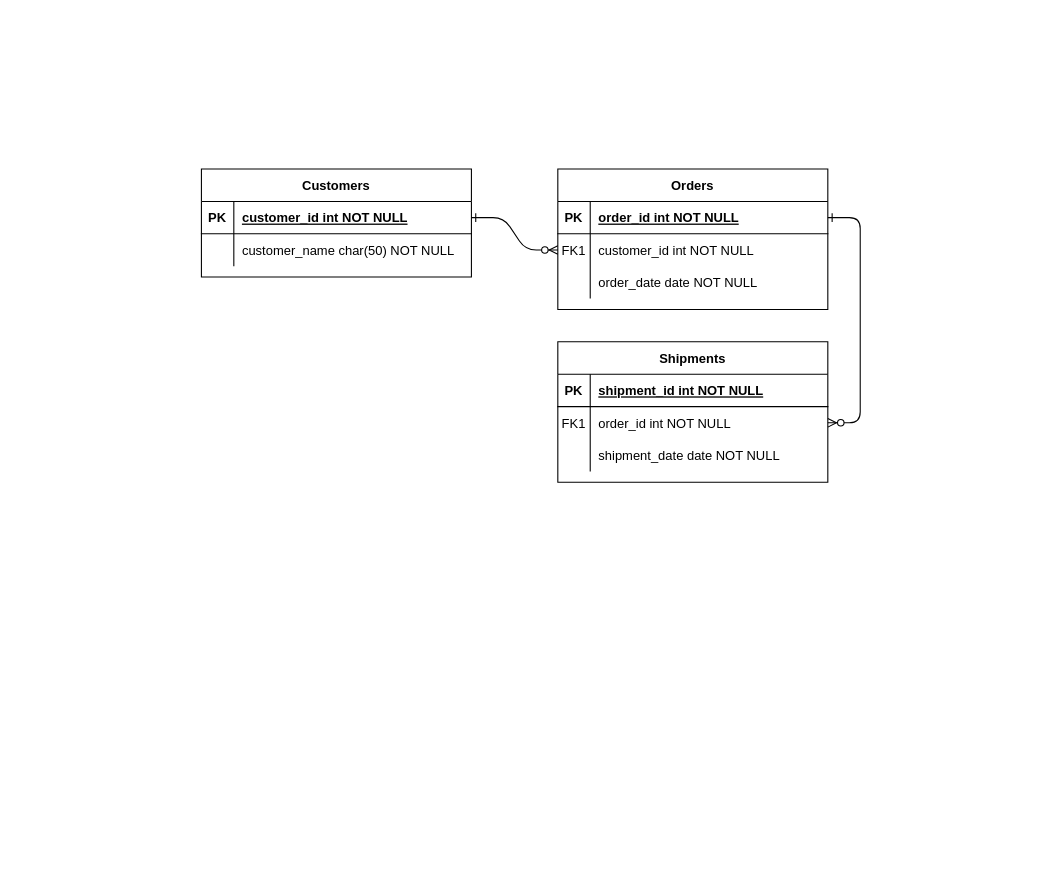
The draw.io diagram Untitled Diagram.drawio in JavidanAbdullayev/1D-and-2D-Convolution-in-CUDA, before the edit. Source tidied: cells renumbered, new cells numbered last; positions are measured from the earlier drawing's top-left corner, leaving out a move shared by most shapes. Both pictures are drawn from the tidied source at 108%, with x=0, y=0 at pixel (201, 168).
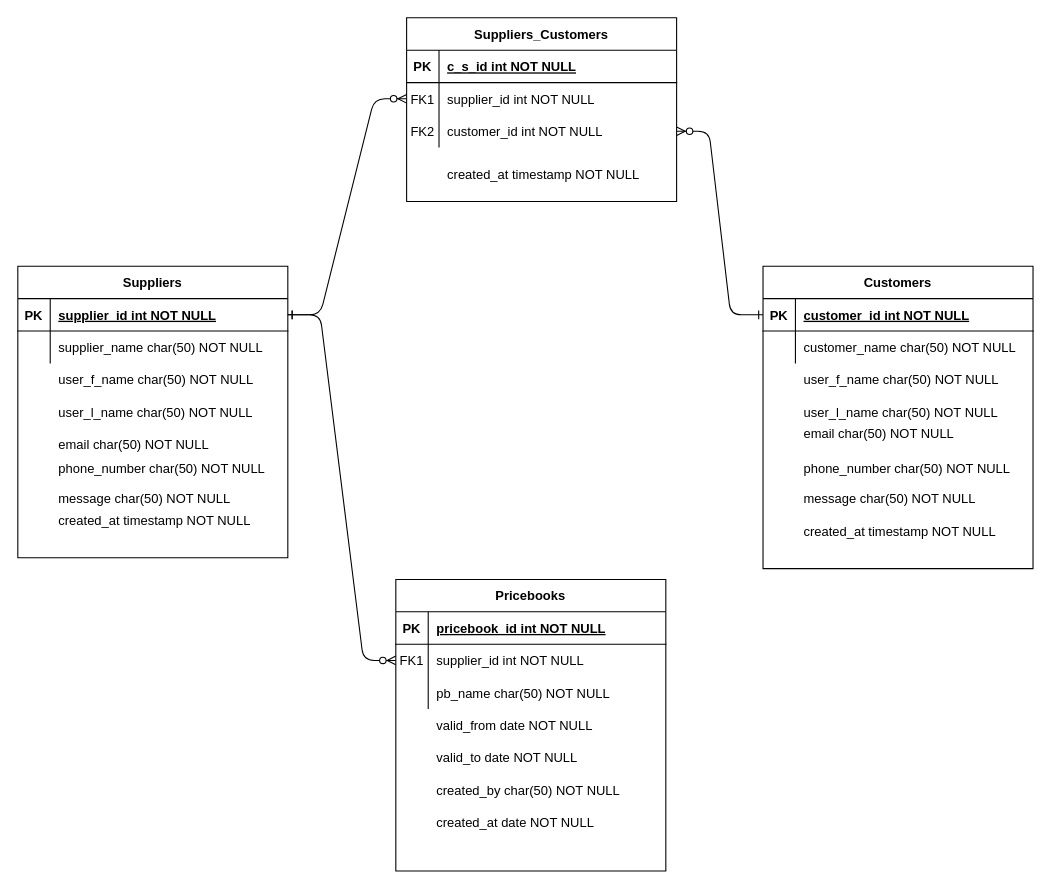
After the change.

Unchanged cells that the change refers to:
```xml
<mxCell id="5" style="shape=partialRectangle;fillColor=none;points=[[0,0.5],[1,0.5]];portConstraint=eastwest;top=0;left=0;right=0;bottom=1;" parent="4" vertex="1">
  <mxGeometry y="30" width="250" height="30" as="geometry" />
</mxCell>
<mxCell id="8" style="shape=partialRectangle;fillColor=none;points=[[0,0.5],[1,0.5]];portConstraint=eastwest;top=0;left=0;right=0;bottom=0;" parent="4" vertex="1">
  <mxGeometry y="60" width="250" height="30" as="geometry" />
</mxCell>
<mxCell id="11" style="shape=partialRectangle;fillColor=none;top=0;left=0;right=0;bottom=0;" parent="4" vertex="1">
  <mxGeometry y="90" width="250" height="30" as="geometry" />
</mxCell>
<mxCell id="15" style="shape=partialRectangle;fillColor=none;top=0;left=0;right=0;bottom=1;" parent="14" vertex="1">
  <mxGeometry y="30" width="250" height="30" as="geometry" />
</mxCell>
<mxCell id="18" style="shape=partialRectangle;fillColor=none;points=[[0,0.5],[1,0.5]];portConstraint=eastwest;top=0;left=0;right=0;bottom=0;" parent="14" vertex="1">
  <mxGeometry y="60" width="250" height="30" as="geometry" />
</mxCell>
<mxCell id="21" style="shape=partialRectangle;fillColor=none;points=[[0,0.5],[1,0.5]];portConstraint=eastwest;top=0;left=0;right=0;bottom=0;" parent="14" vertex="1">
  <mxGeometry y="90" width="250" height="30" as="geometry" />
</mxCell>
<mxCell id="25" style="shape=partialRectangle;fillColor=none;points=[[0,0.5],[1,0.5]];portConstraint=eastwest;top=0;left=0;right=0;bottom=1;" parent="24" vertex="1">
  <mxGeometry y="30" width="250" height="30" as="geometry" />
</mxCell>
<mxCell id="28" style="shape=partialRectangle;fillColor=none;top=0;left=0;right=0;bottom=0;" parent="24" vertex="1">
  <mxGeometry y="60" width="250" height="30" as="geometry" />
</mxCell>
```

What changed in the source:
```diff
@@
-    <mxCell id="3" style="edgeStyle=entityRelationEdgeStyle;endArrow=ERzeroToMany;startArrow=ERone;endFill=1;startFill=0;" parent="1" edge="1" source="5" target="18">
-      <mxGeometry relative="1" as="geometry" />
-    </mxCell>
-    <mxCell id="4" value="Orders" style="shape=table;startSize=30;childLayout=tableLayout;rowLines=0;fontStyle=1;align=center;" parent="1" vertex="1">
-      <mxGeometry x="330" width="250" height="130" as="geometry" />
+    <mxCell id="4" value="Pricebooks" style="shape=table;startSize=30;childLayout=tableLayout;rowLines=0;fontStyle=1;align=center;" parent="1" vertex="1">
+      <mxGeometry x="180" y="380" width="250" height="270" as="geometry" />
     </mxCell>
@@
-    <mxCell id="7" value="order_id int NOT NULL " style="shape=partialRectangle;overflow=hidden;fillColor=none;top=0;left=0;bottom=0;right=0;align=left;spacingLeft=6;fontStyle=5;" parent="5" vertex="1">
+    <mxCell id="7" value="pricebook_id int NOT NULL " style="shape=partialRectangle;overflow=hidden;fillColor=none;top=0;left=0;bottom=0;right=0;align=left;spacingLeft=6;fontStyle=5;" parent="5" vertex="1">
       <mxGeometry x="30" width="220" height="30" as="geometry" />
     </mxCell>
@@
-    <mxCell id="10" value="customer_id int NOT NULL" style="shape=partialRectangle;overflow=hidden;fillColor=none;top=0;left=0;bottom=0;right=0;align=left;spacingLeft=6;" parent="8" vertex="1">
+    <mxCell id="10" value="supplier_id int NOT NULL" style="shape=partialRectangle;overflow=hidden;fillColor=none;top=0;left=0;bottom=0;right=0;align=left;spacingLeft=6;" parent="8" vertex="1">
       <mxGeometry x="30" width="220" height="30" as="geometry" />
     </mxCell>
@@
-    <mxCell id="13" value="order_date date NOT NULL" style="shape=partialRectangle;overflow=hidden;fillColor=none;top=0;left=0;bottom=0;right=0;align=left;spacingLeft=6;" parent="11" vertex="1">
+    <mxCell id="13" value="pb_name char(50) NOT NULL" style="shape=partialRectangle;overflow=hidden;fillColor=none;top=0;left=0;bottom=0;right=0;align=left;spacingLeft=6;" parent="11" vertex="1">
       <mxGeometry x="30" width="220" height="30" as="geometry" />
     </mxCell>
-    <mxCell id="14" value="Shipments" style="shape=table;startSize=30;childLayout=tableLayout;rowLines=0;fontStyle=1;align=center;" parent="1" vertex="1">
-      <mxGeometry x="330" y="160" width="250" height="130" as="geometry" />
+    <mxCell id="14" value="Suppliers_Customers" style="shape=table;startSize=30;childLayout=tableLayout;rowLines=0;fontStyle=1;align=center;" parent="1" vertex="1">
+      <mxGeometry x="190" y="-140" width="250" height="170" as="geometry" />
     </mxCell>
@@
-    <mxCell id="17" value="shipment_id int NOT NULL " style="shape=partialRectangle;overflow=hidden;fillColor=none;top=0;left=0;bottom=0;right=0;align=left;spacingLeft=6;fontStyle=5;" parent="15" vertex="1">
+    <mxCell id="17" value="c_s_id int NOT NULL " style="shape=partialRectangle;overflow=hidden;fillColor=none;top=0;left=0;bottom=0;right=0;align=left;spacingLeft=6;fontStyle=5;" parent="15" vertex="1">
       <mxGeometry x="30" width="220" height="30" as="geometry" />
     </mxCell>
@@
-    <mxCell id="20" value="order_id int NOT NULL" style="shape=partialRectangle;overflow=hidden;fillColor=none;top=0;left=0;bottom=0;right=0;align=left;spacingLeft=6;" parent="18" vertex="1">
+    <mxCell id="20" value="supplier_id int NOT NULL" style="shape=partialRectangle;overflow=hidden;fillColor=none;top=0;left=0;bottom=0;right=0;align=left;spacingLeft=6;" parent="18" vertex="1">
       <mxGeometry x="30" width="220" height="30" as="geometry" />
     </mxCell>
@@
-    <mxCell id="22" style="shape=partialRectangle;overflow=hidden;fillColor=none;top=0;left=0;bottom=0;right=0;" parent="21" vertex="1">
+    <mxCell id="22" value="FK2" style="shape=partialRectangle;overflow=hidden;fillColor=none;top=0;left=0;bottom=0;right=0;" parent="21" vertex="1">
       <mxGeometry width="30" height="30" as="geometry" />
     </mxCell>
-    <mxCell id="23" value="shipment_date date NOT NULL" style="shape=partialRectangle;overflow=hidden;fillColor=none;top=0;left=0;bottom=0;right=0;align=left;spacingLeft=6;" parent="21" vertex="1">
+    <mxCell id="23" value="customer_id int NOT NULL" style="shape=partialRectangle;overflow=hidden;fillColor=none;top=0;left=0;bottom=0;right=0;align=left;spacingLeft=6;" parent="21" vertex="1">
       <mxGeometry x="30" width="220" height="30" as="geometry" />
     </mxCell>
-    <mxCell id="24" value="Customers" style="shape=table;startSize=30;childLayout=tableLayout;rowLines=0;fontStyle=1;align=center;" parent="1" vertex="1">
-      <mxGeometry width="250" height="100" as="geometry" />
+    <mxCell id="24" value="Suppliers" style="shape=table;startSize=30;childLayout=tableLayout;rowLines=0;fontStyle=1;align=center;" parent="1" vertex="1">
+      <mxGeometry x="-170" y="90" width="250" height="270" as="geometry" />
     </mxCell>
@@
-    <mxCell id="27" value="customer_id int NOT NULL " style="shape=partialRectangle;overflow=hidden;fillColor=none;top=0;left=0;bottom=0;right=0;align=left;spacingLeft=6;fontStyle=5;" parent="25" vertex="1">
+    <mxCell id="27" value="supplier_id int NOT NULL " style="shape=partialRectangle;overflow=hidden;fillColor=none;top=0;left=0;bottom=0;right=0;align=left;spacingLeft=6;fontStyle=5;" parent="25" vertex="1">
       <mxGeometry x="30" width="220" height="30" as="geometry" />
     </mxCell>
@@
-    <mxCell id="30" value="customer_name char(50) NOT NULL" style="shape=partialRectangle;overflow=hidden;fillColor=none;top=0;left=0;bottom=0;right=0;align=left;spacingLeft=6;" parent="28" vertex="1">
+    <mxCell id="30" value="supplier_name char(50) NOT NULL" style="shape=partialRectangle;overflow=hidden;fillColor=none;top=0;left=0;bottom=0;right=0;align=left;spacingLeft=6;" parent="28" vertex="1">
       <mxGeometry x="30" width="220" height="30" as="geometry" />
     </mxCell>
+    <mxCell id="31" value="Customers" style="shape=table;startSize=30;childLayout=tableLayout;rowLines=0;fontStyle=1;align=center;" parent="1" vertex="1">
+      <mxGeometry x="520" y="90" width="250" height="280" as="geometry" />
+    </mxCell>
+    <mxCell id="32" style="shape=partialRectangle;fillColor=none;points=[[0,0.5],[1,0.5]];portConstraint=eastwest;top=0;left=0;right=0;bottom=1;" parent="31" vertex="1">
+      <mxGeometry y="30" width="250" height="30" as="geometry" />
+    </mxCell>
+    <mxCell id="33" value="PK" style="shape=partialRectangle;overflow=hidden;fillColor=none;top=0;left=0;bottom=0;right=0;fontStyle=1;" parent="32" vertex="1">
+      <mxGeometry width="30" height="30" as="geometry" />
+    </mxCell>
+    <mxCell id="34" value="customer_id int NOT NULL " style="shape=partialRectangle;overflow=hidden;fillColor=none;top=0;left=0;bottom=0;right=0;align=left;spacingLeft=6;fontStyle=5;" parent="32" vertex="1">
+      <mxGeometry x="30" width="220" height="30" as="geometry" />
+    </mxCell>
+    <mxCell id="35" style="shape=partialRectangle;fillColor=none;top=0;left=0;right=0;bottom=0;" parent="31" vertex="1">
+      <mxGeometry y="60" width="250" height="30" as="geometry" />
+    </mxCell>
+    <mxCell id="36" style="shape=partialRectangle;overflow=hidden;fillColor=none;top=0;left=0;bottom=0;right=0;" parent="35" vertex="1">
+      <mxGeometry width="30" height="30" as="geometry" />
+    </mxCell>
+    <mxCell id="37" value="customer_name char(50) NOT NULL" style="shape=partialRectangle;overflow=hidden;fillColor=none;top=0;left=0;bottom=0;right=0;align=left;spacingLeft=6;" parent="35" vertex="1">
+      <mxGeometry x="30" width="220" height="30" as="geometry" />
+    </mxCell>
+    <mxCell id="38" style="edgeStyle=entityRelationEdgeStyle;endArrow=ERzeroToMany;startArrow=ERone;endFill=1;startFill=0;entryX=0;entryY=0.5;entryDx=0;entryDy=0;exitX=1;exitY=0.5;exitDx=0;exitDy=0;" parent="1" edge="1" source="25" target="18">
+      <mxGeometry relative="1" as="geometry" />
+    </mxCell>
+    <mxCell id="39" style="edgeStyle=entityRelationEdgeStyle;endArrow=ERzeroToMany;startArrow=ERone;endFill=1;startFill=0;entryX=1;entryY=0.5;entryDx=0;entryDy=0;exitX=0;exitY=0.5;exitDx=0;exitDy=0;" parent="1" edge="1" source="32" target="21">
+      <mxGeometry relative="1" as="geometry" />
+    </mxCell>
+    <mxCell id="40" style="shape=partialRectangle;fillColor=none;top=0;left=0;right=0;bottom=0;" parent="1" vertex="1">
+      <mxGeometry x="-170" y="180" width="250" height="30" as="geometry" />
+    </mxCell>
+    <mxCell id="41" style="shape=partialRectangle;overflow=hidden;fillColor=none;top=0;left=0;bottom=0;right=0;" parent="40" vertex="1">
+      <mxGeometry width="30" height="30" as="geometry" />
+    </mxCell>
+    <mxCell id="42" value="user_f_name char(50) NOT NULL" style="shape=partialRectangle;overflow=hidden;fillColor=none;top=0;left=0;bottom=0;right=0;align=left;spacingLeft=6;" parent="40" vertex="1">
+      <mxGeometry x="30" width="220" height="30" as="geometry" />
+    </mxCell>
+    <mxCell id="43" style="shape=partialRectangle;fillColor=none;top=0;left=0;right=0;bottom=0;" parent="1" vertex="1">
+      <mxGeometry x="-170" y="210" width="250" height="30" as="geometry" />
+    </mxCell>
+    <mxCell id="44" style="shape=partialRectangle;overflow=hidden;fillColor=none;top=0;left=0;bottom=0;right=0;" parent="43" vertex="1">
+      <mxGeometry width="30" height="30" as="geometry" />
+    </mxCell>
+    <mxCell id="45" value="user_l_name char(50) NOT NULL" style="shape=partialRectangle;overflow=hidden;fillColor=none;top=0;left=0;bottom=0;right=0;align=left;spacingLeft=6;" parent="43" vertex="1">
+      <mxGeometry x="30" width="220" height="30" as="geometry" />
+    </mxCell>
+    <mxCell id="46" style="shape=partialRectangle;fillColor=none;top=0;left=0;right=0;bottom=0;" parent="1" vertex="1">
+      <mxGeometry x="-170" y="240" width="250" height="30" as="geometry" />
+    </mxCell>
+    <mxCell id="47" style="shape=partialRectangle;overflow=hidden;fillColor=none;top=0;left=0;bottom=0;right=0;" parent="46" vertex="1">
+      <mxGeometry width="30" height="30" as="geometry" />
+    </mxCell>
+    <mxCell id="48" value="email char(50) NOT NULL" style="shape=partialRectangle;overflow=hidden;fillColor=none;top=0;left=0;bottom=0;right=0;align=left;spacingLeft=6;" parent="46" vertex="1">
+      <mxGeometry x="30" width="220" height="30" as="geometry" />
+    </mxCell>
+    <mxCell id="49" style="shape=partialRectangle;fillColor=none;top=0;left=0;right=0;bottom=0;" parent="1" vertex="1">
+      <mxGeometry x="-170" y="260" width="250" height="20" as="geometry" />
+    </mxCell>
+    <mxCell id="50" style="shape=partialRectangle;overflow=hidden;fillColor=none;top=0;left=0;bottom=0;right=0;" parent="49" vertex="1">
+      <mxGeometry width="30" height="20" as="geometry" />
+    </mxCell>
+    <mxCell id="51" value="phone_number char(50) NOT NULL" style="shape=partialRectangle;overflow=hidden;fillColor=none;top=0;left=0;bottom=0;right=0;align=left;spacingLeft=6;" parent="49" vertex="1">
+      <mxGeometry x="30" y="6.7" width="220" height="20" as="geometry" />
+    </mxCell>
+    <mxCell id="52" style="shape=partialRectangle;fillColor=none;top=0;left=0;right=0;bottom=0;" parent="1" vertex="1">
+      <mxGeometry x="-170" y="290" width="250" height="30" as="geometry" />
+    </mxCell>
+    <mxCell id="53" style="shape=partialRectangle;overflow=hidden;fillColor=none;top=0;left=0;bottom=0;right=0;" parent="52" vertex="1">
+      <mxGeometry width="30" height="30" as="geometry" />
+    </mxCell>
+    <mxCell id="54" value="message char(50) NOT NULL" style="shape=partialRectangle;overflow=hidden;fillColor=none;top=0;left=0;bottom=0;right=0;align=left;spacingLeft=6;" parent="52" vertex="1">
+      <mxGeometry x="30" width="220" height="30" as="geometry" />
+    </mxCell>
+    <mxCell id="55" style="shape=partialRectangle;fillColor=none;top=0;left=0;right=0;bottom=0;" parent="1" vertex="1">
+      <mxGeometry x="-170" y="310" width="250" height="30" as="geometry" />
+    </mxCell>
+    <mxCell id="56" style="shape=partialRectangle;overflow=hidden;fillColor=none;top=0;left=0;bottom=0;right=0;" parent="55" vertex="1">
+      <mxGeometry width="30" height="30" as="geometry" />
+    </mxCell>
+    <mxCell id="57" value="created_at timestamp NOT NULL" style="shape=partialRectangle;overflow=hidden;fillColor=none;top=0;left=0;bottom=0;right=0;align=left;spacingLeft=6;" parent="55" vertex="1">
+      <mxGeometry x="30" width="220" height="30" as="geometry" />
+    </mxCell>
+    <mxCell id="58" style="shape=partialRectangle;fillColor=none;top=0;left=0;right=0;bottom=0;" parent="1" vertex="1">
+      <mxGeometry x="180" y="500" width="250" height="30" as="geometry" />
+    </mxCell>
+    <mxCell id="59" style="shape=partialRectangle;overflow=hidden;fillColor=none;top=0;left=0;bottom=0;right=0;" parent="58" vertex="1">
+      <mxGeometry width="30" height="30" as="geometry" />
+    </mxCell>
+    <mxCell id="60" value="valid_from date NOT NULL" style="shape=partialRectangle;overflow=hidden;fillColor=none;top=0;left=0;bottom=0;right=0;align=left;spacingLeft=6;" parent="58" vertex="1">
+      <mxGeometry x="30" width="220" height="30" as="geometry" />
+    </mxCell>
+    <mxCell id="61" style="shape=partialRectangle;fillColor=none;top=0;left=0;right=0;bottom=0;" parent="1" vertex="1">
+      <mxGeometry x="180" y="530" width="250" height="30" as="geometry" />
+    </mxCell>
+    <mxCell id="62" style="shape=partialRectangle;overflow=hidden;fillColor=none;top=0;left=0;bottom=0;right=0;" parent="61" vertex="1">
+      <mxGeometry width="30" height="30" as="geometry" />
+    </mxCell>
+    <mxCell id="63" value="valid_to date NOT NULL" style="shape=partialRectangle;overflow=hidden;fillColor=none;top=0;left=0;bottom=0;right=0;align=left;spacingLeft=6;" parent="61" vertex="1">
+      <mxGeometry x="30" width="220" height="30" as="geometry" />
+    </mxCell>
+    <mxCell id="64" style="shape=partialRectangle;fillColor=none;top=0;left=0;right=0;bottom=0;" parent="1" vertex="1">
+      <mxGeometry x="180" y="560" width="250" height="30" as="geometry" />
+    </mxCell>
+    <mxCell id="65" style="shape=partialRectangle;overflow=hidden;fillColor=none;top=0;left=0;bottom=0;right=0;" parent="64" vertex="1">
+      <mxGeometry width="30" height="30" as="geometry" />
+    </mxCell>
+    <mxCell id="66" value="created_by char(50) NOT NULL" style="shape=partialRectangle;overflow=hidden;fillColor=none;top=0;left=0;bottom=0;right=0;align=left;spacingLeft=6;" parent="64" vertex="1">
+      <mxGeometry x="30" width="220" height="30" as="geometry" />
+    </mxCell>
+    <mxCell id="67" style="shape=partialRectangle;fillColor=none;top=0;left=0;right=0;bottom=0;" parent="1" vertex="1">
+      <mxGeometry x="180" y="590" width="250" height="30" as="geometry" />
+    </mxCell>
+    <mxCell id="68" style="shape=partialRectangle;overflow=hidden;fillColor=none;top=0;left=0;bottom=0;right=0;" parent="67" vertex="1">
+      <mxGeometry width="30" height="30" as="geometry" />
+    </mxCell>
+    <mxCell id="69" value="created_at date NOT NULL" style="shape=partialRectangle;overflow=hidden;fillColor=none;top=0;left=0;bottom=0;right=0;align=left;spacingLeft=6;" parent="67" vertex="1">
+      <mxGeometry x="30" width="220" height="30" as="geometry" />
+    </mxCell>
+    <mxCell id="70" style="shape=partialRectangle;fillColor=none;top=0;left=0;right=0;bottom=0;" parent="1" vertex="1">
+      <mxGeometry x="520" y="180" width="250" height="30" as="geometry" />
+    </mxCell>
+    <mxCell id="71" style="shape=partialRectangle;overflow=hidden;fillColor=none;top=0;left=0;bottom=0;right=0;" parent="70" vertex="1">
+      <mxGeometry width="30" height="30" as="geometry" />
+    </mxCell>
+    <mxCell id="72" value="user_f_name char(50) NOT NULL" style="shape=partialRectangle;overflow=hidden;fillColor=none;top=0;left=0;bottom=0;right=0;align=left;spacingLeft=6;" parent="70" vertex="1">
+      <mxGeometry x="30" width="220" height="30" as="geometry" />
+    </mxCell>
+    <mxCell id="73" style="shape=partialRectangle;fillColor=none;top=0;left=0;right=0;bottom=0;" parent="1" vertex="1">
+      <mxGeometry x="520" y="210" width="250" height="30" as="geometry" />
+    </mxCell>
+    <mxCell id="74" style="shape=partialRectangle;overflow=hidden;fillColor=none;top=0;left=0;bottom=0;right=0;" parent="73" vertex="1">
+      <mxGeometry width="30" height="30" as="geometry" />
+    </mxCell>
+    <mxCell id="75" value="user_l_name char(50) NOT NULL" style="shape=partialRectangle;overflow=hidden;fillColor=none;top=0;left=0;bottom=0;right=0;align=left;spacingLeft=6;" parent="73" vertex="1">
+      <mxGeometry x="30" width="220" height="30" as="geometry" />
+    </mxCell>
+    <mxCell id="76" style="shape=partialRectangle;fillColor=none;top=0;left=0;right=0;bottom=0;" parent="1" vertex="1">
+      <mxGeometry x="520" y="230" width="250" height="30" as="geometry" />
+    </mxCell>
+    <mxCell id="77" style="shape=partialRectangle;overflow=hidden;fillColor=none;top=0;left=0;bottom=0;right=0;" parent="76" vertex="1">
+      <mxGeometry width="30" height="30" as="geometry" />
+    </mxCell>
+    <mxCell id="78" value="email char(50) NOT NULL" style="shape=partialRectangle;overflow=hidden;fillColor=none;top=0;left=0;bottom=0;right=0;align=left;spacingLeft=6;" parent="76" vertex="1">
+      <mxGeometry x="30" width="220" height="30" as="geometry" />
+    </mxCell>
+    <mxCell id="79" style="shape=partialRectangle;fillColor=none;top=0;left=0;right=0;bottom=0;" parent="1" vertex="1">
+      <mxGeometry x="520" y="260" width="250" height="20" as="geometry" />
+    </mxCell>
+    <mxCell id="80" style="shape=partialRectangle;overflow=hidden;fillColor=none;top=0;left=0;bottom=0;right=0;" parent="79" vertex="1">
+      <mxGeometry width="30" height="20" as="geometry" />
+    </mxCell>
+    <mxCell id="81" value="phone_number char(50) NOT NULL" style="shape=partialRectangle;overflow=hidden;fillColor=none;top=0;left=0;bottom=0;right=0;align=left;spacingLeft=6;" parent="79" vertex="1">
+      <mxGeometry x="30" y="6.7" width="220" height="20" as="geometry" />
+    </mxCell>
+    <mxCell id="82" style="shape=partialRectangle;fillColor=none;top=0;left=0;right=0;bottom=0;" parent="1" vertex="1">
+      <mxGeometry x="520" y="290" width="250" height="30" as="geometry" />
+    </mxCell>
+    <mxCell id="83" style="shape=partialRectangle;overflow=hidden;fillColor=none;top=0;left=0;bottom=0;right=0;" parent="82" vertex="1">
+      <mxGeometry width="30" height="30" as="geometry" />
+    </mxCell>
+    <mxCell id="84" value="message char(50) NOT NULL" style="shape=partialRectangle;overflow=hidden;fillColor=none;top=0;left=0;bottom=0;right=0;align=left;spacingLeft=6;" parent="82" vertex="1">
+      <mxGeometry x="30" width="220" height="30" as="geometry" />
+    </mxCell>
+    <mxCell id="85" style="shape=partialRectangle;fillColor=none;top=0;left=0;right=0;bottom=0;" parent="1" vertex="1">
+      <mxGeometry x="520" y="320" width="250" height="30" as="geometry" />
+    </mxCell>
+    <mxCell id="86" style="shape=partialRectangle;overflow=hidden;fillColor=none;top=0;left=0;bottom=0;right=0;" parent="85" vertex="1">
+      <mxGeometry width="30" height="30" as="geometry" />
+    </mxCell>
+    <mxCell id="87" value="created_at timestamp NOT NULL" style="shape=partialRectangle;overflow=hidden;fillColor=none;top=0;left=0;bottom=0;right=0;align=left;spacingLeft=6;" parent="85" vertex="1">
+      <mxGeometry x="30" width="220" height="30" as="geometry" />
+    </mxCell>
+    <mxCell id="88" style="shape=partialRectangle;fillColor=none;top=0;left=0;right=0;bottom=0;" parent="1" vertex="1">
+      <mxGeometry x="190" y="-10" width="250" height="30" as="geometry" />
+    </mxCell>
+    <mxCell id="89" style="shape=partialRectangle;overflow=hidden;fillColor=none;top=0;left=0;bottom=0;right=0;" parent="88" vertex="1">
+      <mxGeometry width="30" height="30" as="geometry" />
+    </mxCell>
+    <mxCell id="90" value="created_at timestamp NOT NULL" style="shape=partialRectangle;overflow=hidden;fillColor=none;top=0;left=0;bottom=0;right=0;align=left;spacingLeft=6;" parent="88" vertex="1">
+      <mxGeometry x="30" width="220" height="30" as="geometry" />
+    </mxCell>
```
